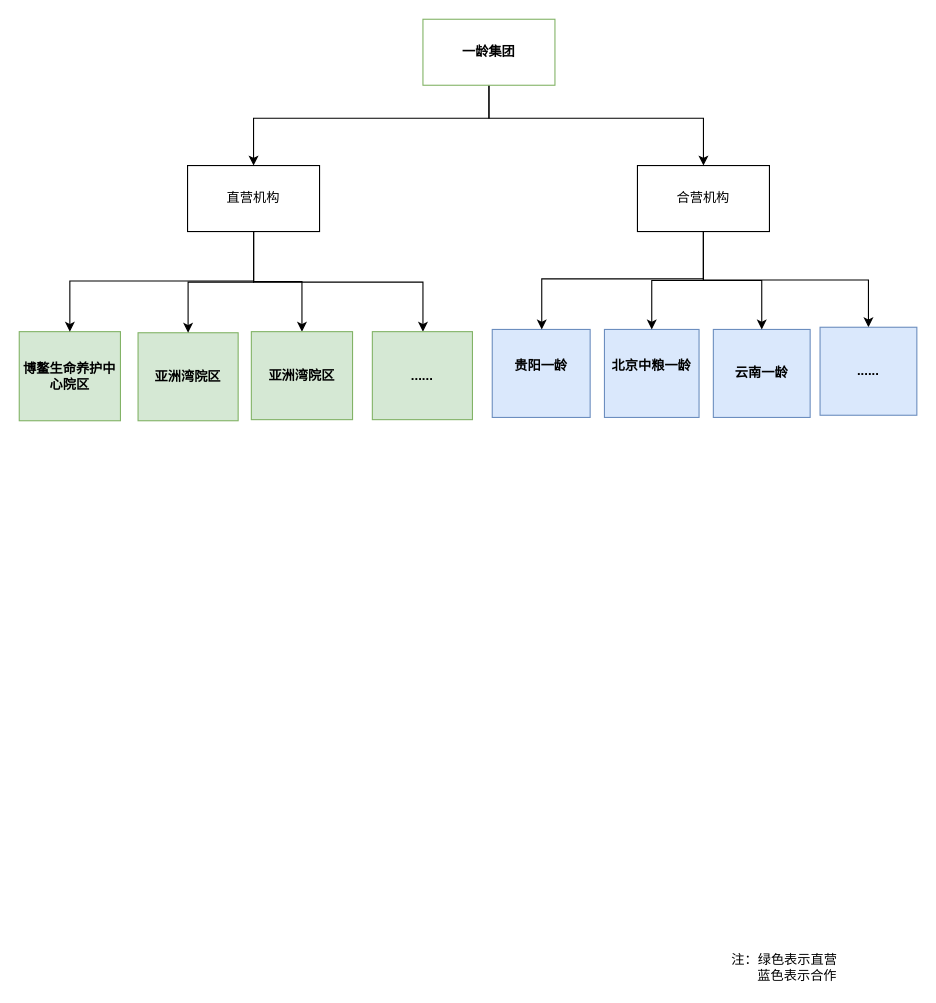
Above: page "第 3 页 的副本" (4 of 4) of 海南一龄业务架构图.drawio in goylsf/image (draw.io), before the change. Source tidied: cells renumbered, new cells numbered last; positions are measured from the earlier drawing's top-left corner, leaving out a move shared by most shapes. Both pictures are drawn from the tidied source at 110%, with x=0, y=0 at pixel (19, 19).
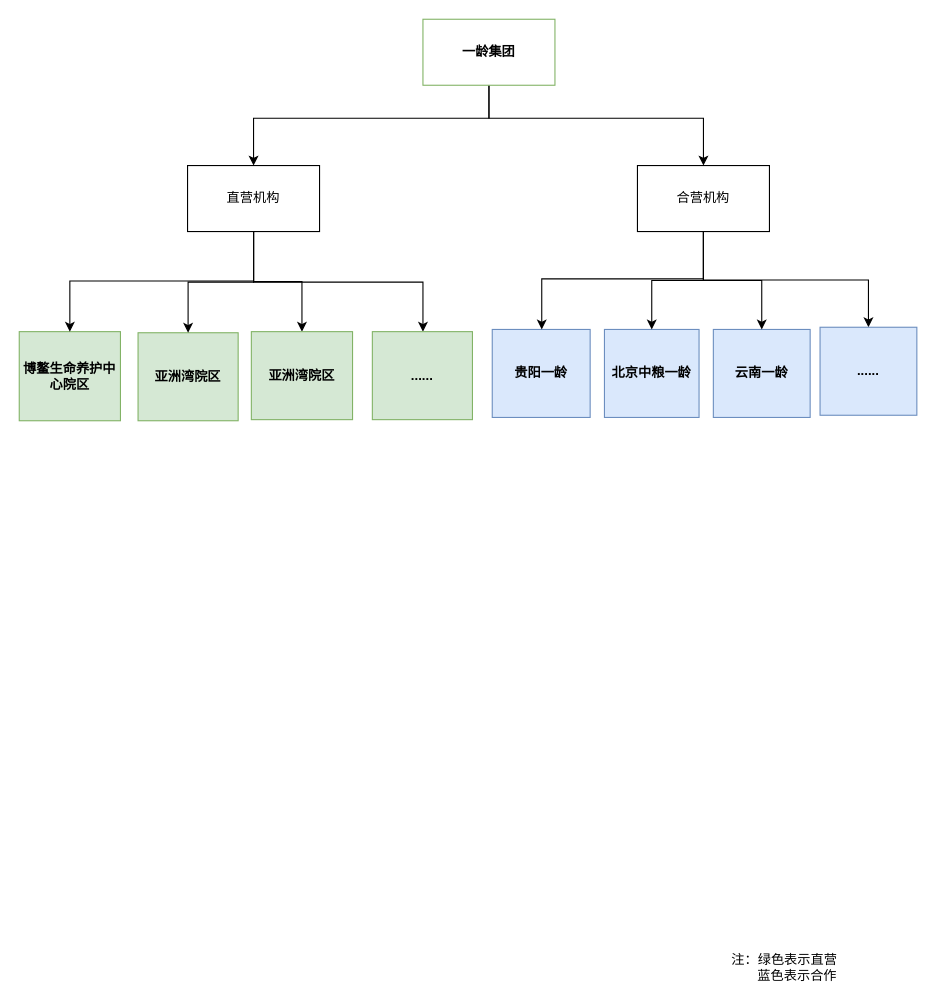
Above is the later version.

Commit message (it also covers changes not shown here):
更新海南一龄业务架构图.drawio

Change to the diagram source:
```diff
@@
-    <mxCell id="6" value="&lt;b&gt;贵阳一龄&lt;br&gt;&lt;/b&gt;&lt;b&gt;&lt;br&gt;&lt;/b&gt;" style="rounded=0;whiteSpace=wrap;html=1;fillColor=#dae8fc;strokeColor=#6c8ebf;" parent="1" vertex="1">
+    <mxCell id="6" value="&lt;b&gt;贵阳一龄&lt;/b&gt;&lt;b&gt;&lt;br&gt;&lt;/b&gt;" style="rounded=0;whiteSpace=wrap;html=1;fillColor=#dae8fc;strokeColor=#6c8ebf;" parent="1" vertex="1">
       <mxGeometry x="430" y="282" width="89" height="80" as="geometry" />
     </mxCell>
-    <mxCell id="7" value="&lt;b&gt;北京中粮一龄&lt;br&gt;&lt;/b&gt;&lt;b&gt;&lt;br&gt;&lt;/b&gt;" style="rounded=0;whiteSpace=wrap;html=1;fillColor=#dae8fc;strokeColor=#6c8ebf;" parent="1" vertex="1">
+    <mxCell id="7" value="&lt;b&gt;北京中粮一龄&lt;/b&gt;&lt;b&gt;&lt;br&gt;&lt;/b&gt;" style="rounded=0;whiteSpace=wrap;html=1;fillColor=#dae8fc;strokeColor=#6c8ebf;" parent="1" vertex="1">
       <mxGeometry x="532" y="282" width="86" height="80" as="geometry" />
     </mxCell>
```
